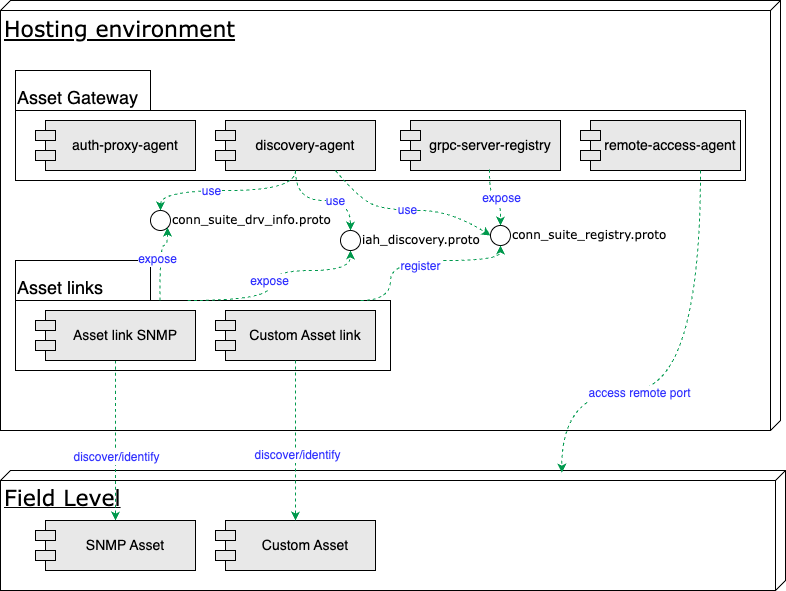
This is assets/principle-diagram-asset-gateway.drawio.png from industrial-asset-hub/asset-gateway, a draw.io export, as it was before one commit. Source tidied: cells renumbered, new cells last; positions are measured from the earlier drawing's top-left corner, leaving out a move shared by most shapes.
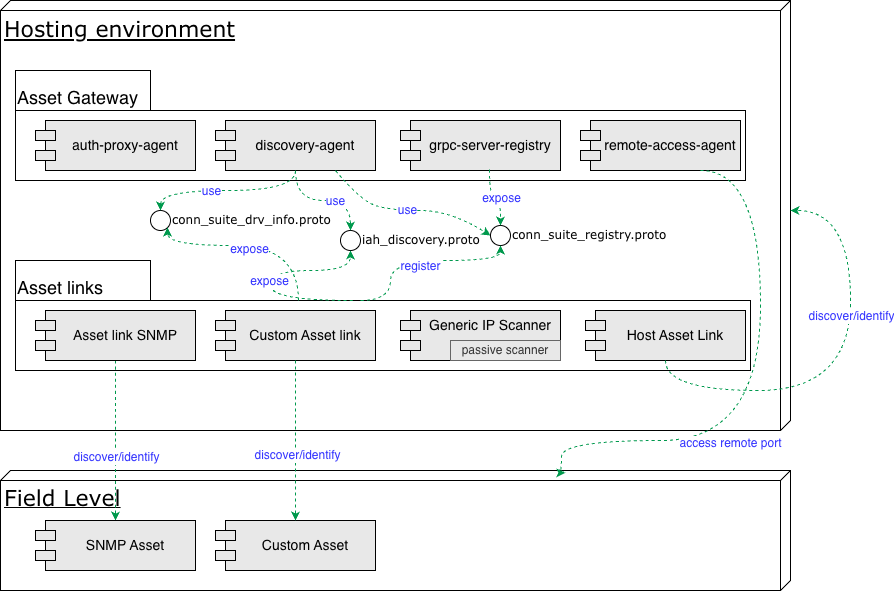
Later version of the same file.

The edit, as a diff of the source:
```diff
@@ -3,10 +3,10 @@
     <mxCell id="0" />
     <mxCell id="1" parent="0" />
     <mxCell id="2" value="&lt;font style=&quot;font-size: 22px;&quot;&gt;Hosting environment&lt;/font&gt;" style="verticalAlign=top;align=left;spacingTop=8;spacingLeft=2;spacingRight=12;shape=cube;size=10;direction=south;fontStyle=4;html=1;rounded=0;shadow=0;comic=0;labelBackgroundColor=none;strokeWidth=1;fontFamily=Verdana;fontSize=23;" parent="1" vertex="1">
-      <mxGeometry width="780" height="430" as="geometry" />
+      <mxGeometry width="790" height="430" as="geometry" />
     </mxCell>
     <mxCell id="3" value="&lt;font style=&quot;font-size: 22px;&quot;&gt;Field Level&lt;/font&gt;" style="verticalAlign=top;align=left;spacingTop=8;spacingLeft=2;spacingRight=12;shape=cube;size=10;direction=south;fontStyle=4;html=1;rounded=0;shadow=0;comic=0;labelBackgroundColor=none;strokeWidth=1;fontFamily=Verdana;fontSize=12;" parent="1" vertex="1">
-      <mxGeometry y="470" width="785" height="120" as="geometry" />
+      <mxGeometry y="470" width="790" height="120" as="geometry" />
     </mxCell>
     <mxCell id="4" value="iah_discovery.proto" style="ellipse;whiteSpace=wrap;html=1;rounded=0;shadow=0;comic=0;labelBackgroundColor=none;strokeWidth=1;fontFamily=Verdana;fontSize=12;align=left;labelPosition=right;verticalLabelPosition=middle;verticalAlign=middle;" parent="1" vertex="1">
       <mxGeometry x="340" y="230" width="20" height="20" as="geometry" />
@@ -27,7 +27,7 @@
       <mxGeometry x="400" y="120" width="160" height="50" as="geometry" />
     </mxCell>
     <mxCell id="10" value="Asset links" style="shape=folder;fontStyle=0;spacingTop=10;tabWidth=135;tabHeight=40;tabPosition=left;html=1;whiteSpace=wrap;align=left;verticalAlign=top;fontSize=18;" parent="1" vertex="1">
-      <mxGeometry x="15" y="260" width="375" height="110" as="geometry" />
+      <mxGeometry x="15" y="260" width="735" height="110" as="geometry" />
     </mxCell>
     <mxCell id="11" style="edgeStyle=orthogonalEdgeStyle;rounded=0;jettySize=auto;html=1;exitX=0.5;exitY=1;exitDx=0;exitDy=0;entryX=0.5;entryY=0;entryDx=0;entryDy=0;curved=1;dashed=1;strokeColor=#00994D;" parent="1" edge="1" source="13" target="29">
       <mxGeometry relative="1" as="geometry">
@@ -119,8 +119,9 @@
     <mxCell id="33" style="endArrow=classic;html=1;rounded=0;entryX=0.018;entryY=0.285;entryDx=0;entryDy=0;entryPerimeter=0;exitX=0.75;exitY=1;exitDx=0;exitDy=0;dashed=1;edgeStyle=orthogonalEdgeStyle;curved=1;strokeColor=#00994D;" parent="1" edge="1" source="8" target="3">
       <mxGeometry relative="1" as="geometry">
         <Array as="points">
-          <mxPoint x="700" y="390" />
-          <mxPoint x="561" y="390" />
+          <mxPoint x="760" y="170" />
+          <mxPoint x="760" y="440" />
+          <mxPoint x="561" y="440" />
         </Array>
       </mxGeometry>
     </mxCell>
@@ -139,5 +140,26 @@
     <mxCell id="36" value="use" style="edgeLabel;html=1;align=center;verticalAlign=middle;fontSize=12;fontColor=#3333FF;" parent="35" vertex="1">
       <mxGeometry x="-0.02" y="1" relative="1" as="geometry" />
     </mxCell>
+    <mxCell id="37" value="Generic IP Scanner" style="shape=module;align=left;spacingLeft=20;align=center;verticalAlign=top;whiteSpace=wrap;html=1;strokeColor=default;fillColor=#E8E8E8;fontSize=14;" parent="1" vertex="1">
+      <mxGeometry x="400" y="310" width="160" height="50" as="geometry" />
+    </mxCell>
+    <mxCell id="38" value="passive scanner" style="rounded=0;whiteSpace=wrap;html=1;fillColor=#E8E8E8;fontColor=#333333;strokeColor=#666666;" parent="1" vertex="1">
+      <mxGeometry x="450" y="340" width="110" height="20" as="geometry" />
+    </mxCell>
+    <mxCell id="39" value="Host Asset Link" style="shape=module;align=left;spacingLeft=20;align=center;verticalAlign=middle;whiteSpace=wrap;html=1;strokeColor=default;fillColor=#E8E8E8;fontSize=14;" parent="1" vertex="1">
+      <mxGeometry x="585" y="310" width="160" height="50" as="geometry" />
+    </mxCell>
+    <mxCell id="40" style="edgeStyle=orthogonalEdgeStyle;rounded=0;jettySize=auto;html=1;entryX=0;entryY=0;entryDx=210;entryDy=0;entryPerimeter=0;curved=1;dashed=1;strokeColor=#00994D;" parent="1" edge="1" source="39" target="2">
+      <mxGeometry relative="1" as="geometry">
+        <Array as="points">
+          <mxPoint x="665" y="390" />
+          <mxPoint x="850" y="390" />
+          <mxPoint x="850" y="210" />
+        </Array>
+      </mxGeometry>
+    </mxCell>
+    <mxCell id="41" value="discover/identify" style="edgeLabel;html=1;align=center;verticalAlign=middle;fontSize=12;fontColor=#3333FF;" parent="1" vertex="1">
+      <mxGeometry x="850" y="315" as="geometry" />
+    </mxCell>
   </root>
 </mxGraphModel>
```
